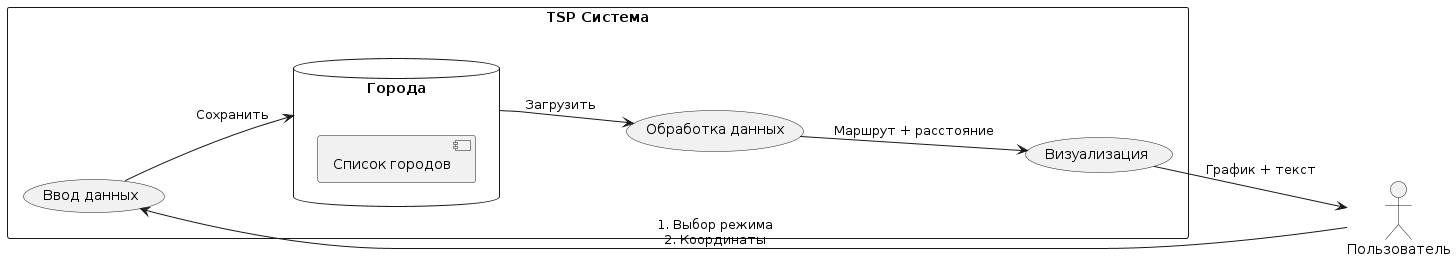
Above: diagrams/TSP_DFD_1.png in AndreSS-ntp/tsp_univ (PlantUML), before the change.
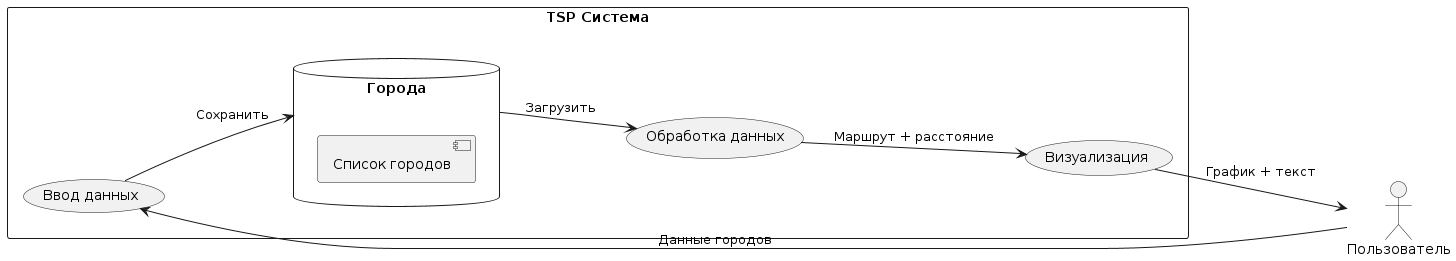
Later version of the same file.

Diff of the diagram source:
```diff
@@ -16,6 +16,6 @@
   process --> output : Маршрут + расстояние
 }
 
-user --> input : 1. Выбор режима\n2. Координаты
+user --> input : Данные городов
 output --> user : График + текст
 @enduml
```
